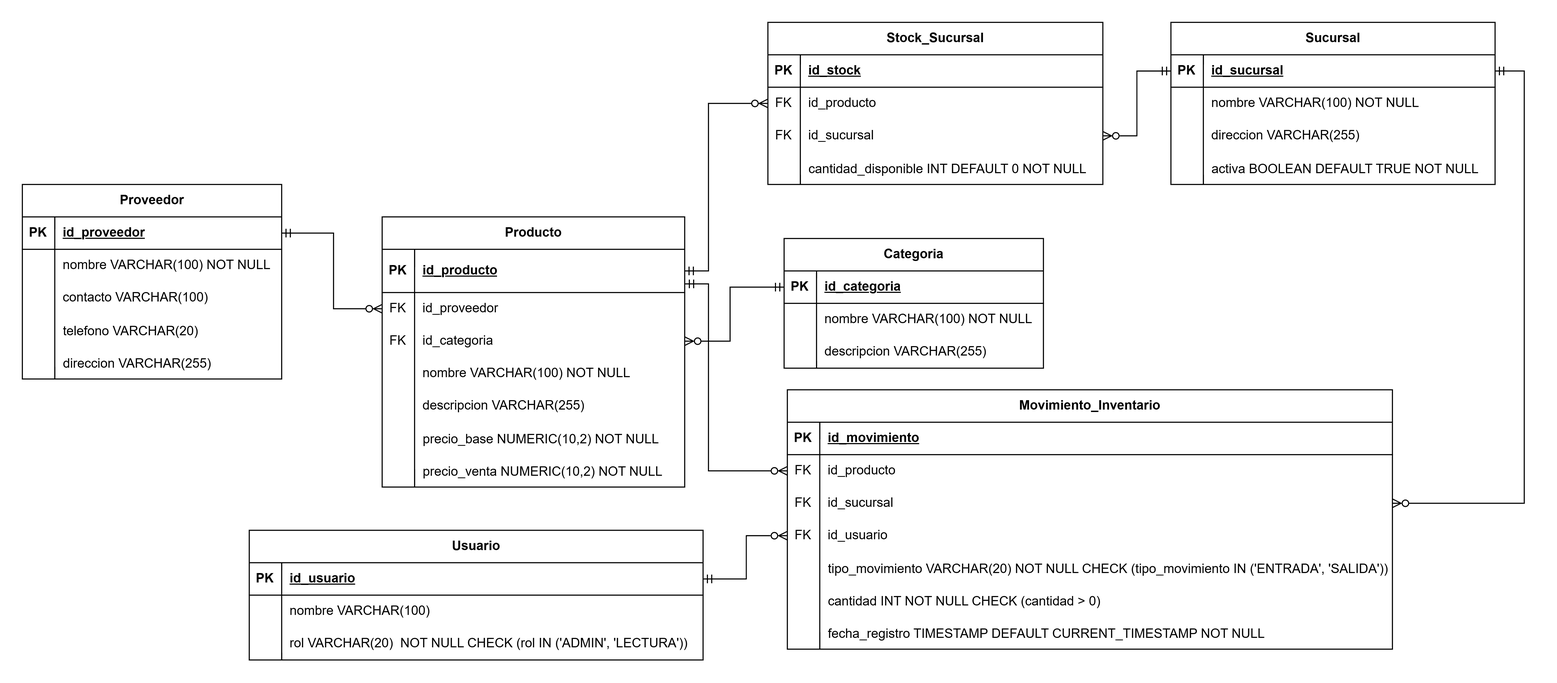
The draw.io diagram docs/diagramas/diagrama_er.png in DanielYanes-YH25001/gestion-inventarios-api, before a commit. Source tidied: cells renumbered, new cells last; positions are measured from the earlier drawing's top-left corner, leaving out a move shared by most shapes.
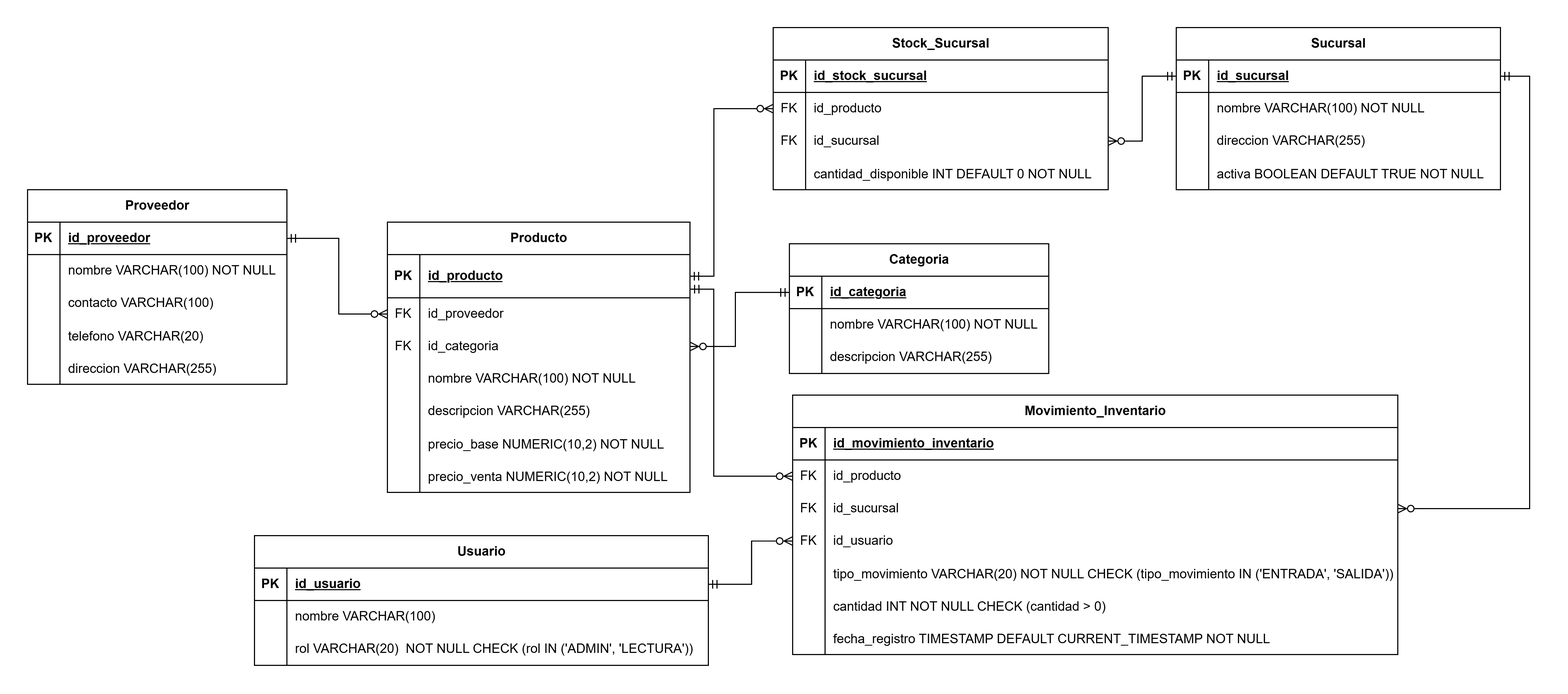
The same diagram one commit later.

Commit message:
docs: actualizar diagrama ER

- Actualizar nombre de los atributos de las claves primarias para las tablas `stock_sucursal` y `movimiento_inventario`

Change to the diagram source:
```diff
@@ -224,7 +224,7 @@
     <mxCell id="75" value="PK" style="shape=partialRectangle;fillColor=none;top=0;left=0;bottom=0;right=0;fontStyle=1;overflow=hidden;whiteSpace=wrap;html=1;" parent="74" vertex="1">
       <mxGeometry width="30" height="30" as="geometry" />
     </mxCell>
-    <mxCell id="76" value="id_stock" style="shape=partialRectangle;fillColor=none;top=0;left=0;bottom=0;right=0;align=left;spacingLeft=6;fontStyle=5;overflow=hidden;whiteSpace=wrap;html=1;" parent="74" vertex="1">
+    <mxCell id="76" value="id_stock_sucursal" style="shape=partialRectangle;fillColor=none;top=0;left=0;bottom=0;right=0;align=left;spacingLeft=6;fontStyle=5;overflow=hidden;whiteSpace=wrap;html=1;" parent="74" vertex="1">
       <mxGeometry x="30" width="280" height="30" as="geometry" />
     </mxCell>
     <mxCell id="77" style="shape=tableRow;horizontal=0;startSize=0;swimlaneHead=0;swimlaneBody=0;fillColor=none;points=[[0,0.5],[1,0.5]];portConstraint=eastwest;top=0;left=0;right=0;bottom=0;" parent="73" vertex="1">
@@ -263,7 +263,7 @@
     <mxCell id="88" value="PK" style="shape=partialRectangle;fillColor=none;top=0;left=0;bottom=0;right=0;fontStyle=1;overflow=hidden;whiteSpace=wrap;html=1;" parent="87" vertex="1">
       <mxGeometry width="30" height="30" as="geometry" />
     </mxCell>
-    <mxCell id="89" value="id_movimiento" style="shape=partialRectangle;fillColor=none;top=0;left=0;bottom=0;right=0;align=left;spacingLeft=6;fontStyle=5;overflow=hidden;whiteSpace=wrap;html=1;" parent="87" vertex="1">
+    <mxCell id="89" value="id_movimiento_inventario" style="shape=partialRectangle;fillColor=none;top=0;left=0;bottom=0;right=0;align=left;spacingLeft=6;fontStyle=5;overflow=hidden;whiteSpace=wrap;html=1;" parent="87" vertex="1">
       <mxGeometry x="30" width="530" height="30" as="geometry" />
     </mxCell>
     <mxCell id="90" style="shape=tableRow;horizontal=0;startSize=0;swimlaneHead=0;swimlaneBody=0;fillColor=none;points=[[0,0.5],[1,0.5]];portConstraint=eastwest;top=0;left=0;right=0;bottom=0;" parent="86" vertex="1">
```
